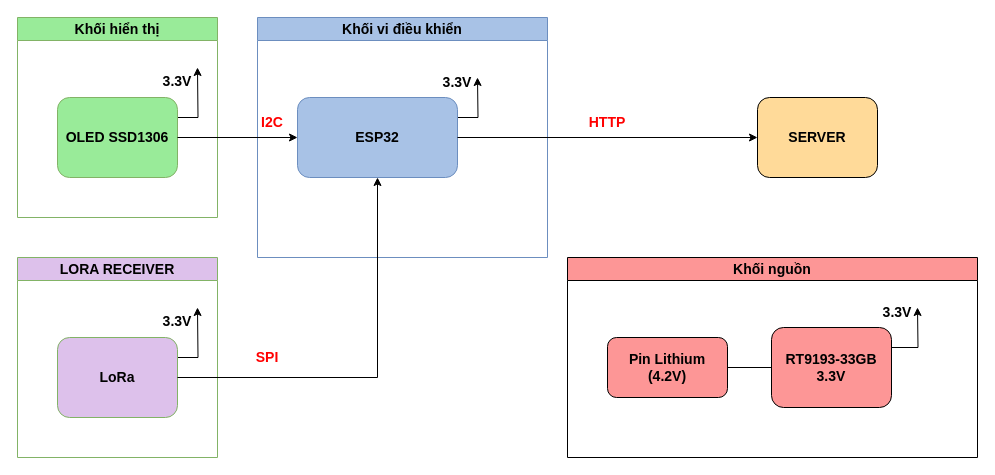
Above: Image/Sơ đồ khối/Sơ đồ khối chi tiết - Master.drawio in tuanthanhhh/Weather_Monitoring_Station_System (draw.io), before the change. Source tidied: cells renumbered, new cells numbered last; positions are measured from the earlier drawing's top-left corner, leaving out a move shared by most shapes. Both pictures are drawn from the tidied source at 100%, with x=0, y=0 at pixel (17, 17).
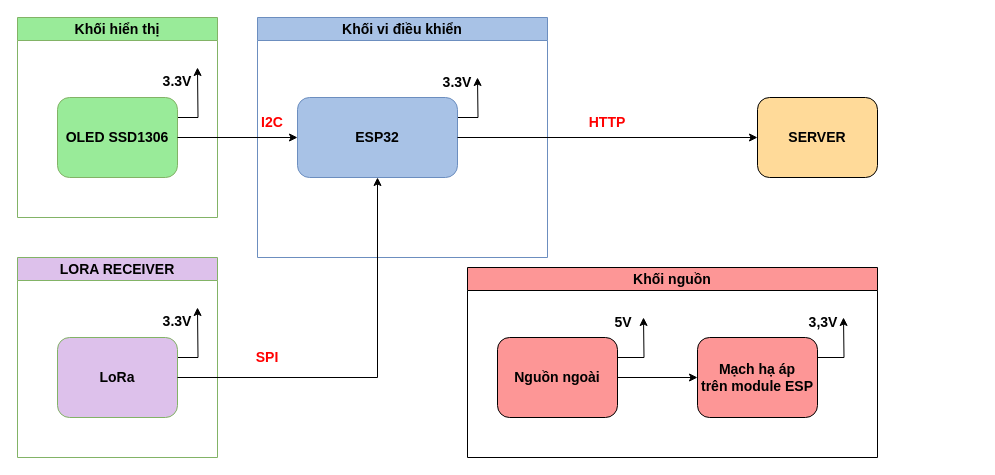
After the change.

What changed in the source:
```diff
@@
     <mxCell id="11" value="Khối nguồn" style="swimlane;whiteSpace=wrap;html=1;fontStyle=1;fontSize=14;fillColor=#fd9696;" parent="1" vertex="1">
-      <mxGeometry x="550" y="240" width="410" height="200" as="geometry" />
+      <mxGeometry x="450" y="250" width="410" height="190" as="geometry" />
     </mxCell>
     <mxCell id="12" style="edgeStyle=orthogonalEdgeStyle;rounded=0;jettySize=auto;html=1;exitX=1;exitY=0.25;exitDx=0;exitDy=0;fontStyle=1;fontSize=14;" parent="11" edge="1" source="13">
       <mxGeometry relative="1" as="geometry">
-        <mxPoint x="350" y="50" as="targetPoint" />
+        <mxPoint x="376" y="50" as="targetPoint" />
       </mxGeometry>
     </mxCell>
-    <mxCell id="13" value="&lt;span style=&quot;font-size: 14px;&quot;&gt;RT9193-33GB&lt;/span&gt;&lt;div style=&quot;font-size: 14px;&quot;&gt;&lt;span style=&quot;font-size: 14px;&quot;&gt;3.3V&lt;/span&gt;&lt;/div&gt;" style="rounded=1;whiteSpace=wrap;html=1;fontStyle=1;fontSize=14;fillColor=#fd9696;" parent="11" vertex="1">
-      <mxGeometry x="204" y="70" width="120" height="80" as="geometry" />
+    <mxCell id="13" value="Mạch hạ áp&lt;div&gt;trên module ESP&lt;/div&gt;" style="rounded=1;whiteSpace=wrap;html=1;fontStyle=1;fontSize=14;fillColor=#fd9696;" parent="11" vertex="1">
+      <mxGeometry x="230" y="70" width="120" height="80" as="geometry" />
     </mxCell>
-    <mxCell id="14" style="edgeStyle=orthogonalEdgeStyle;rounded=0;jettySize=auto;html=1;exitX=1;exitY=0.5;exitDx=0;exitDy=0;entryX=0;entryY=0.5;entryDx=0;entryDy=0;endArrow=none;endFill=0;fontStyle=1;fontSize=14;" parent="11" edge="1" source="16" target="13">
-      <mxGeometry relative="1" as="geometry" />
-    </mxCell>
-    <mxCell id="15" value="3.3V" style="text;html=1;align=center;verticalAlign=middle;whiteSpace=wrap;rounded=0;fontStyle=1;fontSize=14;" parent="11" vertex="1">
-      <mxGeometry x="300" y="40" width="60" height="30" as="geometry" />
+    <mxCell id="15" value="3,3V" style="text;html=1;align=center;verticalAlign=middle;whiteSpace=wrap;rounded=0;fontStyle=1;fontSize=14;" parent="11" vertex="1">
+      <mxGeometry x="326" y="40" width="60" height="30" as="geometry" />
     </mxCell>
-    <mxCell id="16" value="Pin Lithium&lt;div&gt;(4.2V)&lt;/div&gt;" style="rounded=1;whiteSpace=wrap;html=1;fontStyle=1;fontSize=14;fillColor=#fd9696;" parent="11" vertex="1">
-      <mxGeometry x="40" y="80" width="120" height="60" as="geometry" />
-    </mxCell>
+    <mxCell id="27" style="edgeStyle=orthogonalEdgeStyle;rounded=0;jettySize=auto;html=1;exitX=1;exitY=0.25;exitDx=0;exitDy=0;fontStyle=1;fontSize=14;" parent="11" edge="1" source="29">
+      <mxGeometry relative="1" as="geometry">
+        <mxPoint x="176" y="50" as="targetPoint" />
+      </mxGeometry>
+    </mxCell>
+    <mxCell id="28" style="edgeStyle=orthogonalEdgeStyle;rounded=0;jettySize=auto;html=1;exitX=1;exitY=0.5;exitDx=0;exitDy=0;entryX=0;entryY=0.5;entryDx=0;entryDy=0;" parent="11" edge="1" source="29" target="13">
+      <mxGeometry relative="1" as="geometry" />
+    </mxCell>
+    <mxCell id="29" value="Nguồn ngoài" style="rounded=1;whiteSpace=wrap;html=1;fontStyle=1;fontSize=14;fillColor=#fd9696;" parent="11" vertex="1">
+      <mxGeometry x="30" y="70" width="120" height="80" as="geometry" />
+    </mxCell>
+    <mxCell id="30" value="5V" style="text;html=1;align=center;verticalAlign=middle;whiteSpace=wrap;rounded=0;fontStyle=1;fontSize=14;" parent="11" vertex="1">
+      <mxGeometry x="126" y="40" width="60" height="30" as="geometry" />
+    </mxCell>
```
